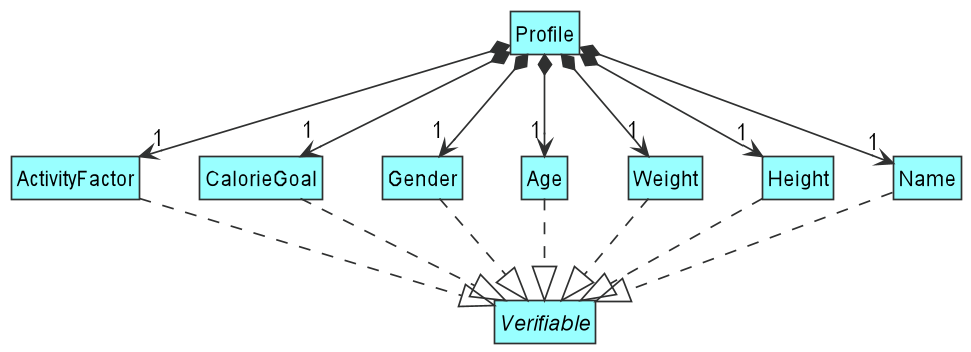
tryyang2001/tp keeps this PlantUML diagram as docs/images/ProfileClassDiagram.png. Above is the earlier version.
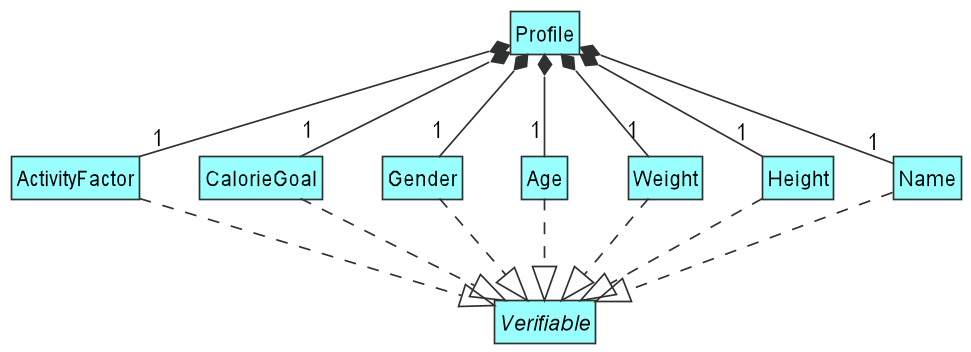
Above is the later version.

Diff of the diagram source:
```diff
@@ -15,13 +15,13 @@
 class ActivityFactor DATA_COLOUR
 interface Verifiable DATA_COLOUR
 
-Profile *--> "1" Name
-Profile *--> "1" Height
-Profile *--> "1" Weight
-Profile *--> "1" Age
-Profile *--> "1" Gender
-Profile *--> "1" CalorieGoal
-Profile *--> "1" ActivityFactor
+Profile *-- "1" Name
+Profile *-- "1" Height
+Profile *-- "1" Weight
+Profile *-- "1" Age
+Profile *-- "1" Gender
+Profile *-- "1" CalorieGoal
+Profile *-- "1" ActivityFactor
 
 Verifiable <|.up. Name
 Verifiable <|.up. Height
```
